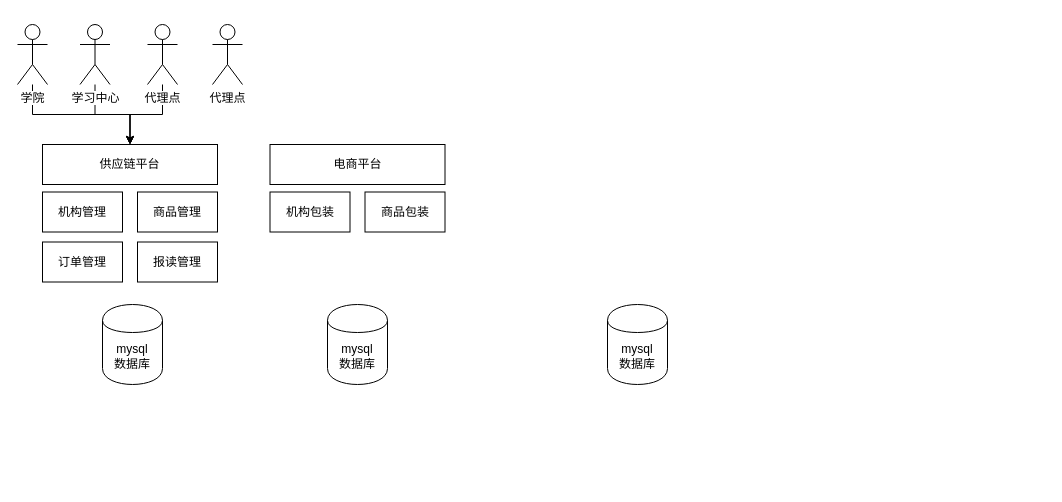
Earlier version of the draw.io diagram page "Page-4" (4 of 4) of workeredu/求学圆梦项目流程.drawio (kinvensan/drawio). Source tidied: cells renumbered, new cells numbered last; positions are measured from the earlier drawing's top-left corner, leaving out a move shared by most shapes. Both pictures are drawn from the tidied source at 100%, with x=0, y=0 at pixel (17, 24).
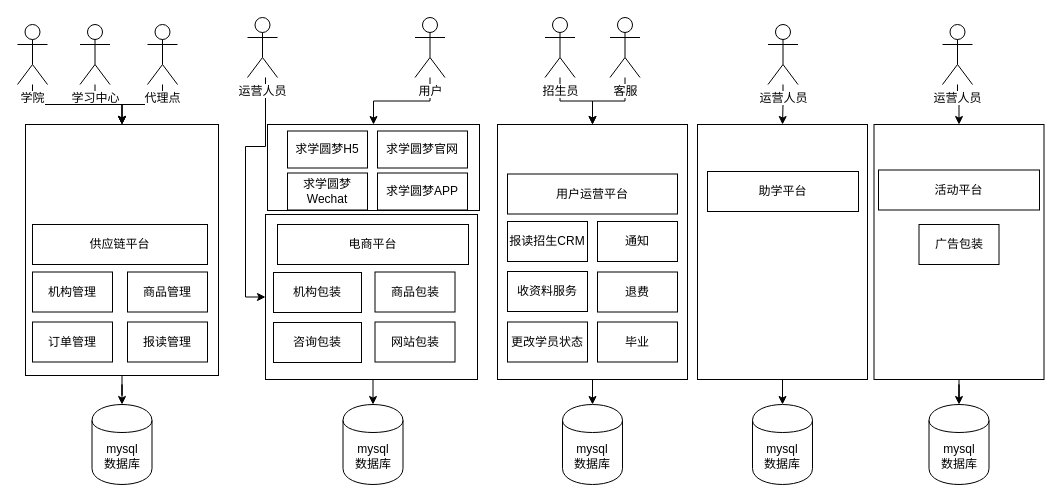
Above is the later version.

Commit message:
Update 求学圆梦项目流程.drawio

Unchanged cells that the change refers to:
```xml
<mxCell id="7" value="学习中心" style="shape=umlActor;verticalLabelPosition=bottom;labelBackgroundColor=#ffffff;verticalAlign=top;html=1;outlineConnect=0;fillColor=#FFFFFF;" parent="1" vertex="1">
  <mxGeometry x="62.5" width="30" height="60" as="geometry" />
</mxCell>
<mxCell id="9" value="代理点" style="shape=umlActor;verticalLabelPosition=bottom;labelBackgroundColor=#ffffff;verticalAlign=top;html=1;outlineConnect=0;fillColor=#FFFFFF;" parent="1" vertex="1">
  <mxGeometry x="130" width="30" height="60" as="geometry" />
</mxCell>
<mxCell id="11" value="学院" style="shape=umlActor;verticalLabelPosition=bottom;labelBackgroundColor=#ffffff;verticalAlign=top;html=1;outlineConnect=0;fillColor=#FFFFFF;" parent="1" vertex="1">
  <mxGeometry width="30" height="60" as="geometry" />
</mxCell>
```

Change to the diagram source:
```diff
@@
+    <mxCell id="20" style="edgeStyle=orthogonalEdgeStyle;rounded=0;jettySize=auto;html=1;strokeWidth=1;" parent="1" edge="1" source="21" target="47">
+      <mxGeometry relative="1" as="geometry" />
+    </mxCell>
+    <mxCell id="21" style="rounded=0;whiteSpace=wrap;html=1;fillColor=#FFFFFF;" parent="1" vertex="1">
+      <mxGeometry x="856.5" y="100" width="170" height="255" as="geometry" />
+    </mxCell>
+    <mxCell id="22" style="edgeStyle=orthogonalEdgeStyle;rounded=0;jettySize=auto;html=1;strokeWidth=1;" parent="1" edge="1" source="23" target="46">
+      <mxGeometry relative="1" as="geometry" />
+    </mxCell>
+    <mxCell id="23" style="rounded=0;whiteSpace=wrap;html=1;fillColor=#FFFFFF;" parent="1" vertex="1">
+      <mxGeometry x="680" y="100" width="170" height="255" as="geometry" />
+    </mxCell>
+    <mxCell id="24" style="edgeStyle=orthogonalEdgeStyle;rounded=0;jettySize=auto;html=1;entryX=0.5;entryY=0;entryDx=0;entryDy=0;strokeWidth=1;" parent="1" edge="1" source="25" target="4">
+      <mxGeometry relative="1" as="geometry" />
+    </mxCell>
+    <mxCell id="25" style="rounded=0;whiteSpace=wrap;html=1;fillColor=#FFFFFF;" parent="1" vertex="1">
+      <mxGeometry x="480" y="100" width="190" height="255" as="geometry" />
+    </mxCell>
+    <mxCell id="26" style="rounded=0;whiteSpace=wrap;html=1;fillColor=#FFFFFF;" parent="1" vertex="1">
+      <mxGeometry x="250" y="100" width="212" height="86" as="geometry" />
+    </mxCell>
+    <mxCell id="27" style="edgeStyle=orthogonalEdgeStyle;rounded=0;jettySize=auto;html=1;exitX=0.5;exitY=1;exitDx=0;exitDy=0;entryX=0.5;entryY=0;entryDx=0;entryDy=0;strokeWidth=1;" parent="1" edge="1" source="28" target="3">
+      <mxGeometry relative="1" as="geometry" />
+    </mxCell>
+    <mxCell id="28" style="rounded=0;whiteSpace=wrap;html=1;fillColor=#FFFFFF;" parent="1" vertex="1">
+      <mxGeometry x="248" y="190" width="212" height="165" as="geometry" />
+    </mxCell>
+    <mxCell id="29" style="edgeStyle=orthogonalEdgeStyle;rounded=0;jettySize=auto;html=1;entryX=0.5;entryY=0;entryDx=0;entryDy=0;strokeWidth=1;" parent="1" edge="1" source="30" target="2">
+      <mxGeometry relative="1" as="geometry" />
+    </mxCell>
+    <mxCell id="30" style="rounded=0;whiteSpace=wrap;html=1;fillColor=#FFFFFF;" parent="1" vertex="1">
+      <mxGeometry x="8" y="100" width="193" height="251" as="geometry" />
+    </mxCell>
     <mxCell id="2" value="mysql&lt;br&gt;数据库" style="shape=cylinder;whiteSpace=wrap;html=1;boundedLbl=1;backgroundOutline=1;fillColor=#FFFFFF;" parent="1" vertex="1">
-      <mxGeometry x="85" y="280" width="60" height="80" as="geometry" />
+      <mxGeometry x="74.5" y="380" width="60" height="80" as="geometry" />
     </mxCell>
     <mxCell id="3" value="mysql&lt;br&gt;数据库" style="shape=cylinder;whiteSpace=wrap;html=1;boundedLbl=1;backgroundOutline=1;fillColor=#FFFFFF;" parent="1" vertex="1">
-      <mxGeometry x="310" y="280" width="60" height="80" as="geometry" />
+      <mxGeometry x="325.5" y="380" width="60" height="80" as="geometry" />
     </mxCell>
     <mxCell id="4" value="mysql&lt;br&gt;数据库" style="shape=cylinder;whiteSpace=wrap;html=1;boundedLbl=1;backgroundOutline=1;fillColor=#FFFFFF;" parent="1" vertex="1">
-      <mxGeometry x="590" y="280" width="60" height="80" as="geometry" />
+      <mxGeometry x="545" y="380" width="60" height="80" as="geometry" />
     </mxCell>
     <mxCell id="5" value="供应链平台" style="rounded=0;whiteSpace=wrap;html=1;fillColor=#FFFFFF;" parent="1" vertex="1">
-      <mxGeometry x="25" y="120" width="175" height="40" as="geometry" />
+      <mxGeometry x="15" y="200" width="175" height="40" as="geometry" />
     </mxCell>
-    <mxCell id="6" style="edgeStyle=orthogonalEdgeStyle;rounded=0;jettySize=auto;html=1;strokeWidth=1;" parent="1" edge="1" source="7" target="5">
-      <mxGeometry relative="1" as="geometry" />
-    </mxCell>
+    <mxCell id="31" style="edgeStyle=orthogonalEdgeStyle;rounded=0;jettySize=auto;html=1;entryX=0.5;entryY=0;entryDx=0;entryDy=0;strokeWidth=1;" parent="1" edge="1" source="7" target="30">
+      <mxGeometry relative="1" as="geometry" />
+    </mxCell>
@@
-    <mxCell id="8" style="edgeStyle=orthogonalEdgeStyle;rounded=0;jettySize=auto;html=1;entryX=0.5;entryY=0;entryDx=0;entryDy=0;strokeWidth=1;" parent="1" edge="1" source="9" target="5">
-      <mxGeometry relative="1" as="geometry" />
-    </mxCell>
+    <mxCell id="32" style="edgeStyle=orthogonalEdgeStyle;rounded=0;jettySize=auto;html=1;entryX=0.5;entryY=0;entryDx=0;entryDy=0;strokeWidth=1;" parent="1" edge="1" source="9" target="30">
+      <mxGeometry relative="1" as="geometry" />
+    </mxCell>
@@
-    <mxCell id="10" style="edgeStyle=orthogonalEdgeStyle;rounded=0;jettySize=auto;html=1;strokeWidth=1;" parent="1" edge="1" source="11" target="5">
-      <mxGeometry relative="1" as="geometry" />
-    </mxCell>
+    <mxCell id="33" style="edgeStyle=orthogonalEdgeStyle;rounded=0;jettySize=auto;html=1;entryX=0.5;entryY=0;entryDx=0;entryDy=0;strokeWidth=1;" parent="1" edge="1" source="11" target="30">
+      <mxGeometry relative="1" as="geometry" />
+    </mxCell>
@@
+    <mxCell id="34" style="edgeStyle=orthogonalEdgeStyle;rounded=0;jettySize=auto;html=1;strokeWidth=1;entryX=0;entryY=0.5;entryDx=0;entryDy=0;" parent="1" edge="1" source="12" target="28">
+      <mxGeometry relative="1" as="geometry">
+        <Array as="points">
+          <mxPoint x="248" y="122" />
+          <mxPoint x="228" y="122" />
+          <mxPoint x="228" y="273" />
+        </Array>
+      </mxGeometry>
+    </mxCell>
-    <mxCell id="12" value="代理点" style="shape=umlActor;verticalLabelPosition=bottom;labelBackgroundColor=#ffffff;verticalAlign=top;html=1;outlineConnect=0;fillColor=#FFFFFF;" parent="1" vertex="1">
-      <mxGeometry x="195" width="30" height="60" as="geometry" />
+    <mxCell id="12" value="运营人员" style="shape=umlActor;verticalLabelPosition=bottom;labelBackgroundColor=#ffffff;verticalAlign=top;html=1;outlineConnect=0;fillColor=#FFFFFF;" parent="1" vertex="1">
+      <mxGeometry x="230" y="-7" width="30" height="60" as="geometry" />
     </mxCell>
+    <mxCell id="35" style="edgeStyle=orthogonalEdgeStyle;rounded=0;jettySize=auto;html=1;entryX=0.5;entryY=0;entryDx=0;entryDy=0;strokeWidth=1;" parent="1" edge="1" source="36" target="26">
+      <mxGeometry relative="1" as="geometry" />
+    </mxCell>
+    <mxCell id="36" value="用户" style="shape=umlActor;verticalLabelPosition=bottom;labelBackgroundColor=#ffffff;verticalAlign=top;html=1;outlineConnect=0;fillColor=#FFFFFF;" parent="1" vertex="1">
+      <mxGeometry x="397.5" y="-7" width="30" height="60" as="geometry" />
+    </mxCell>
     <mxCell id="13" value="机构管理" style="rounded=0;whiteSpace=wrap;html=1;fillColor=#FFFFFF;" parent="1" vertex="1">
-      <mxGeometry x="25" y="167.5" width="80" height="40" as="geometry" />
+      <mxGeometry x="15" y="247.5" width="80" height="40" as="geometry" />
     </mxCell>
     <mxCell id="14" value="商品管理" style="rounded=0;whiteSpace=wrap;html=1;fillColor=#FFFFFF;" parent="1" vertex="1">
-      <mxGeometry x="120" y="167.5" width="80" height="40" as="geometry" />
+      <mxGeometry x="110" y="247.5" width="80" height="40" as="geometry" />
     </mxCell>
     <mxCell id="15" value="订单管理" style="rounded=0;whiteSpace=wrap;html=1;fillColor=#FFFFFF;" parent="1" vertex="1">
-      <mxGeometry x="25" y="217.5" width="80" height="40" as="geometry" />
+      <mxGeometry x="15" y="297.5" width="80" height="40" as="geometry" />
     </mxCell>
     <mxCell id="16" value="报读管理" style="rounded=0;whiteSpace=wrap;html=1;fillColor=#FFFFFF;" parent="1" vertex="1">
-      <mxGeometry x="120" y="217.5" width="80" height="40" as="geometry" />
+      <mxGeometry x="110" y="297.5" width="80" height="40" as="geometry" />
     </mxCell>
     <mxCell id="17" value="电商平台" style="rounded=0;whiteSpace=wrap;html=1;fillColor=#FFFFFF;" parent="1" vertex="1">
-      <mxGeometry x="252.5" y="120" width="175" height="40" as="geometry" />
+      <mxGeometry x="260" y="200" width="191" height="40" as="geometry" />
     </mxCell>
     <mxCell id="18" value="机构包装" style="rounded=0;whiteSpace=wrap;html=1;fillColor=#FFFFFF;" parent="1" vertex="1">
-      <mxGeometry x="252.5" y="167.5" width="80" height="40" as="geometry" />
+      <mxGeometry x="256" y="248" width="88" height="40" as="geometry" />
     </mxCell>
     <mxCell id="19" value="商品包装" style="rounded=0;whiteSpace=wrap;html=1;fillColor=#FFFFFF;" parent="1" vertex="1">
-      <mxGeometry x="347.5" y="167.5" width="80" height="40" as="geometry" />
+      <mxGeometry x="357.5" y="247.5" width="80" height="40" as="geometry" />
     </mxCell>
+    <mxCell id="37" value="咨询包装" style="rounded=0;whiteSpace=wrap;html=1;fillColor=#FFFFFF;" parent="1" vertex="1">
+      <mxGeometry x="256" y="298" width="88" height="40" as="geometry" />
+    </mxCell>
+    <mxCell id="38" value="网站包装" style="rounded=0;whiteSpace=wrap;html=1;fillColor=#FFFFFF;" parent="1" vertex="1">
+      <mxGeometry x="357.5" y="297.5" width="80" height="40" as="geometry" />
+    </mxCell>
+    <mxCell id="39" value="求学圆梦APP" style="rounded=0;whiteSpace=wrap;html=1;fillColor=#FFFFFF;" parent="1" vertex="1">
+      <mxGeometry x="360" y="148.5" width="90" height="37" as="geometry" />
+    </mxCell>
+    <mxCell id="40" value="求学圆梦H5" style="rounded=0;whiteSpace=wrap;html=1;fillColor=#FFFFFF;" parent="1" vertex="1">
+      <mxGeometry x="270" y="106.5" width="80" height="37" as="geometry" />
+    </mxCell>
+    <mxCell id="41" value="求学圆梦Wechat" style="rounded=0;whiteSpace=wrap;html=1;fillColor=#FFFFFF;" parent="1" vertex="1">
+      <mxGeometry x="270" y="148.5" width="80" height="37" as="geometry" />
+    </mxCell>
+    <mxCell id="42" value="求学圆梦官网" style="rounded=0;whiteSpace=wrap;html=1;fillColor=#FFFFFF;" parent="1" vertex="1">
+      <mxGeometry x="360" y="106.5" width="90" height="37" as="geometry" />
+    </mxCell>
+    <mxCell id="43" value="用户运营平台" style="rounded=0;whiteSpace=wrap;html=1;fillColor=#FFFFFF;" parent="1" vertex="1">
+      <mxGeometry x="490" y="149.5" width="170" height="40" as="geometry" />
+    </mxCell>
+    <mxCell id="44" value="助学平台" style="rounded=0;whiteSpace=wrap;html=1;fillColor=#FFFFFF;" parent="1" vertex="1">
+      <mxGeometry x="690" y="147" width="151" height="40" as="geometry" />
+    </mxCell>
+    <mxCell id="45" value="活动平台" style="rounded=0;whiteSpace=wrap;html=1;fillColor=#FFFFFF;" parent="1" vertex="1">
+      <mxGeometry x="861" y="145.5" width="161" height="40" as="geometry" />
+    </mxCell>
+    <mxCell id="46" value="mysql&lt;br&gt;数据库" style="shape=cylinder;whiteSpace=wrap;html=1;boundedLbl=1;backgroundOutline=1;fillColor=#FFFFFF;" parent="1" vertex="1">
+      <mxGeometry x="735" y="380" width="60" height="80" as="geometry" />
+    </mxCell>
+    <mxCell id="47" value="mysql&lt;br&gt;数据库" style="shape=cylinder;whiteSpace=wrap;html=1;boundedLbl=1;backgroundOutline=1;fillColor=#FFFFFF;" parent="1" vertex="1">
+      <mxGeometry x="911.5" y="380" width="60" height="80" as="geometry" />
+    </mxCell>
+    <mxCell id="48" style="edgeStyle=orthogonalEdgeStyle;rounded=0;jettySize=auto;html=1;entryX=0.5;entryY=0;entryDx=0;entryDy=0;strokeWidth=1;" parent="1" edge="1" source="49" target="25">
+      <mxGeometry relative="1" as="geometry" />
+    </mxCell>
+    <mxCell id="49" value="招生员" style="shape=umlActor;verticalLabelPosition=bottom;labelBackgroundColor=#ffffff;verticalAlign=top;html=1;outlineConnect=0;fillColor=#FFFFFF;" parent="1" vertex="1">
+      <mxGeometry x="527.5" y="-7" width="30" height="60" as="geometry" />
+    </mxCell>
+    <mxCell id="50" value="报读招生CRM" style="rounded=0;whiteSpace=wrap;html=1;fillColor=#FFFFFF;" parent="1" vertex="1">
+      <mxGeometry x="490" y="197" width="80" height="40" as="geometry" />
+    </mxCell>
+    <mxCell id="51" style="edgeStyle=orthogonalEdgeStyle;rounded=0;jettySize=auto;html=1;entryX=0.5;entryY=0;entryDx=0;entryDy=0;strokeWidth=1;" parent="1" edge="1" source="52" target="25">
+      <mxGeometry relative="1" as="geometry" />
+    </mxCell>
+    <mxCell id="52" value="客服" style="shape=umlActor;verticalLabelPosition=bottom;labelBackgroundColor=#ffffff;verticalAlign=top;html=1;outlineConnect=0;fillColor=#FFFFFF;" parent="1" vertex="1">
+      <mxGeometry x="592.5" y="-7" width="30" height="60" as="geometry" />
+    </mxCell>
+    <mxCell id="53" value="收资料服务" style="rounded=0;whiteSpace=wrap;html=1;fillColor=#FFFFFF;" parent="1" vertex="1">
+      <mxGeometry x="490" y="247" width="80" height="40" as="geometry" />
+    </mxCell>
+    <mxCell id="54" value="通知" style="rounded=0;whiteSpace=wrap;html=1;fillColor=#FFFFFF;" parent="1" vertex="1">
+      <mxGeometry x="580" y="197" width="80" height="40" as="geometry" />
+    </mxCell>
+    <mxCell id="55" value="退费" style="rounded=0;whiteSpace=wrap;html=1;fillColor=#FFFFFF;" parent="1" vertex="1">
+      <mxGeometry x="580" y="247.5" width="80" height="40" as="geometry" />
+    </mxCell>
+    <mxCell id="56" value="更改学员状态" style="rounded=0;whiteSpace=wrap;html=1;fillColor=#FFFFFF;" parent="1" vertex="1">
+      <mxGeometry x="490" y="297.5" width="80" height="40" as="geometry" />
+    </mxCell>
+    <mxCell id="57" value="毕业" style="rounded=0;whiteSpace=wrap;html=1;fillColor=#FFFFFF;" parent="1" vertex="1">
+      <mxGeometry x="580" y="297.5" width="80" height="40" as="geometry" />
+    </mxCell>
+    <mxCell id="58" value="广告包装" style="rounded=0;whiteSpace=wrap;html=1;fillColor=#FFFFFF;" parent="1" vertex="1">
+      <mxGeometry x="901.5" y="200" width="80" height="40" as="geometry" />
+    </mxCell>
+    <mxCell id="59" style="edgeStyle=orthogonalEdgeStyle;rounded=0;jettySize=auto;html=1;strokeWidth=1;" parent="1" edge="1" source="60" target="23">
+      <mxGeometry relative="1" as="geometry" />
+    </mxCell>
+    <mxCell id="60" value="运营人员" style="shape=umlActor;verticalLabelPosition=bottom;labelBackgroundColor=#ffffff;verticalAlign=top;html=1;outlineConnect=0;fillColor=#FFFFFF;" parent="1" vertex="1">
+      <mxGeometry x="750.5" width="30" height="60" as="geometry" />
+    </mxCell>
+    <mxCell id="61" style="edgeStyle=orthogonalEdgeStyle;rounded=0;jettySize=auto;html=1;entryX=0.5;entryY=0;entryDx=0;entryDy=0;strokeWidth=1;" parent="1" edge="1" source="62" target="21">
+      <mxGeometry relative="1" as="geometry" />
+    </mxCell>
+    <mxCell id="62" value="运营人员" style="shape=umlActor;verticalLabelPosition=bottom;labelBackgroundColor=#ffffff;verticalAlign=top;html=1;outlineConnect=0;fillColor=#FFFFFF;" parent="1" vertex="1">
+      <mxGeometry x="925" width="30" height="60" as="geometry" />
+    </mxCell>
```
